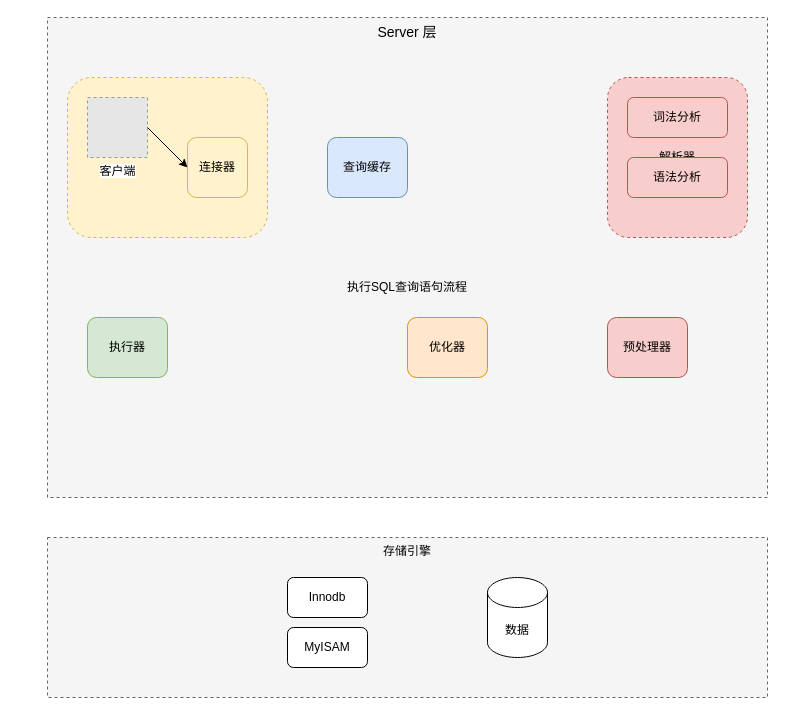
Earlier version of the draw.io diagram 002tech_notes/02MySQL/SQL执行流程.drawio (SubtleSpark/develop-note). Source tidied: cells renumbered, new cells numbered last; positions are measured from the earlier drawing's top-left corner, leaving out a move shared by most shapes. Both pictures are drawn from the tidied source at 100%, with x=0, y=0 at pixel (47, 17). Pictures stored in the file or linked from it are replaced by grey dashed boxes.
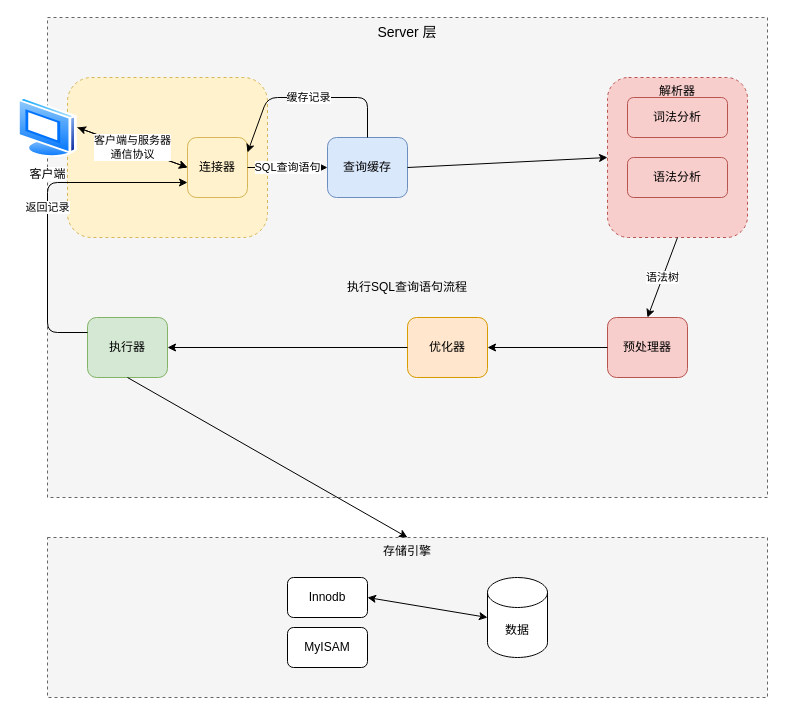
After the change.

Commit message:
vault backup: 2025-06-15 23:44:25

Unchanged cells that the change refers to:
```xml
<mxCell id="5" value="连接器" style="rounded=1;whiteSpace=wrap;html=1;fillColor=#fff2cc;strokeColor=#d6b656;" parent="1" vertex="1">
  <mxGeometry x="140" y="120" width="60" height="60" as="geometry" />
</mxCell>
<mxCell id="6" value="查询缓存" style="rounded=1;whiteSpace=wrap;html=1;fillColor=#dae8fc;strokeColor=#6c8ebf;" parent="1" vertex="1">
  <mxGeometry x="280" y="120" width="80" height="60" as="geometry" />
</mxCell>
<mxCell id="11" value="执行器" style="rounded=1;whiteSpace=wrap;html=1;fillColor=#d5e8d4;strokeColor=#82b366;" parent="1" vertex="1">
  <mxGeometry x="40" y="300" width="80" height="60" as="geometry" />
</mxCell>
<mxCell id="12" value="优化器" style="rounded=1;whiteSpace=wrap;html=1;fillColor=#ffe6cc;strokeColor=#d79b00;" parent="1" vertex="1">
  <mxGeometry x="360" y="300" width="80" height="60" as="geometry" />
</mxCell>
<mxCell id="13" value="预处理器" style="rounded=1;whiteSpace=wrap;html=1;fillColor=#f8cecc;strokeColor=#b85450;" parent="1" vertex="1">
  <mxGeometry x="560" y="300" width="80" height="60" as="geometry" />
</mxCell>
<mxCell id="14" value="存储引擎" style="rounded=0;whiteSpace=wrap;html=1;fillColor=#f5f5f5;strokeColor=#666666;dashed=1;verticalAlign=top;" parent="1" vertex="1">
  <mxGeometry y="520" width="720" height="160" as="geometry" />
</mxCell>
<mxCell id="15" value="Innodb" style="rounded=1;whiteSpace=wrap;html=1;" parent="1" vertex="1">
  <mxGeometry x="240" y="560" width="80" height="40" as="geometry" />
</mxCell>
<mxCell id="17" value="数据" style="shape=cylinder3;whiteSpace=wrap;html=1;boundedLbl=1;backgroundOutline=1;size=15;" parent="1" vertex="1">
  <mxGeometry x="440" y="560" width="60" height="80" as="geometry" />
</mxCell>
```

Diff of the diagram source:
```diff
@@
-    <mxCell id="4" value="客户端" style="fillColor=#E6E6E6;strokeColor=#999999;dashed=1;html=1;verticalAlign=top;verticalLabelPosition=bottom;labelBackgroundColor=#ffffff;" parent="1" vertex="1">
-      <mxGeometry x="40" y="80" width="60" height="60" as="geometry" />
+    <mxCell id="4" value="客户端" style="shape=image;html=1;verticalAlign=top;verticalLabelPosition=bottom;labelBackgroundColor=default;imageAspect=0;image=img/lib/active_directory/vista_terminal.svg;perimeter=ellipsePerimeter;shadow=0;dashed=0;spacingTop=3;" parent="1" vertex="1">
+      <mxGeometry x="-30" y="80" width="60" height="60" as="geometry" />
     </mxCell>
@@
-    <mxCell id="7" value="解析器" style="rounded=1;whiteSpace=wrap;html=1;fillColor=#f8cecc;strokeColor=#b85450;dashed=1;" parent="1" vertex="1">
+    <mxCell id="7" value="解析器" style="rounded=1;whiteSpace=wrap;html=1;fillColor=#f8cecc;strokeColor=#b85450;dashed=1;verticalAlign=top;" parent="1" vertex="1">
       <mxGeometry x="560" y="60" width="140" height="160" as="geometry" />
     </mxCell>
@@
+    <mxCell id="19" value="客户端与服务器&#10;通信协议" style="endArrow=classic;startArrow=classic;html=1;exitX=1;exitY=0.5;entryX=0;entryY=0.5;" parent="1" edge="1" source="4" target="5">
+      <mxGeometry relative="1" as="geometry" />
+    </mxCell>
+    <mxCell id="20" value="SQL查询语句" style="endArrow=classic;html=1;exitX=1;exitY=0.5;entryX=0;entryY=0.5;" parent="1" edge="1" source="5" target="6">
+      <mxGeometry relative="1" as="geometry" />
+    </mxCell>
+    <mxCell id="21" style="endArrow=classic;html=1;exitX=1;exitY=0.5;entryX=0;entryY=0.5;" parent="1" edge="1" source="6" target="7">
+      <mxGeometry relative="1" as="geometry" />
+    </mxCell>
+    <mxCell id="22" value="语法树" style="endArrow=classic;html=1;exitX=0.5;exitY=1;entryX=0.5;entryY=0;" parent="1" edge="1" source="7" target="13">
+      <mxGeometry relative="1" as="geometry" />
+    </mxCell>
+    <mxCell id="23" style="endArrow=classic;html=1;exitX=0;exitY=0.5;entryX=1;entryY=0.5;" parent="1" edge="1" source="13" target="12">
+      <mxGeometry relative="1" as="geometry" />
+    </mxCell>
+    <mxCell id="24" style="endArrow=classic;html=1;exitX=0;exitY=0.5;entryX=1;entryY=0.5;" parent="1" edge="1" source="12" target="11">
+      <mxGeometry relative="1" as="geometry" />
+    </mxCell>
+    <mxCell id="25" style="endArrow=classic;html=1;exitX=0.5;exitY=1;entryX=0.5;entryY=0;" parent="1" edge="1" source="11" target="14">
+      <mxGeometry relative="1" as="geometry" />
+    </mxCell>
+    <mxCell id="26" style="endArrow=classic;startArrow=classic;html=1;exitX=1;exitY=0.5;entryX=0;entryY=0.5;" parent="1" edge="1" source="15" target="17">
+      <mxGeometry relative="1" as="geometry" />
+    </mxCell>
+    <mxCell id="27" value="返回记录" style="endArrow=classic;html=1;exitX=0;exitY=0.25;entryX=0;entryY=0.75;" parent="1" edge="1" source="11" target="5">
+      <mxGeometry relative="1" as="geometry">
+        <Array as="points">
+          <mxPoint y="315" />
+          <mxPoint y="165" />
+        </Array>
+      </mxGeometry>
+    </mxCell>
+    <mxCell id="28" value="缓存记录" style="endArrow=classic;html=1;exitX=0.5;exitY=0;entryX=1;entryY=0.25;" parent="1" edge="1" source="6" target="5">
+      <mxGeometry relative="1" as="geometry">
+        <Array as="points">
+          <mxPoint x="320" y="80" />
+          <mxPoint x="220" y="80" />
+        </Array>
+      </mxGeometry>
+    </mxCell>
```
